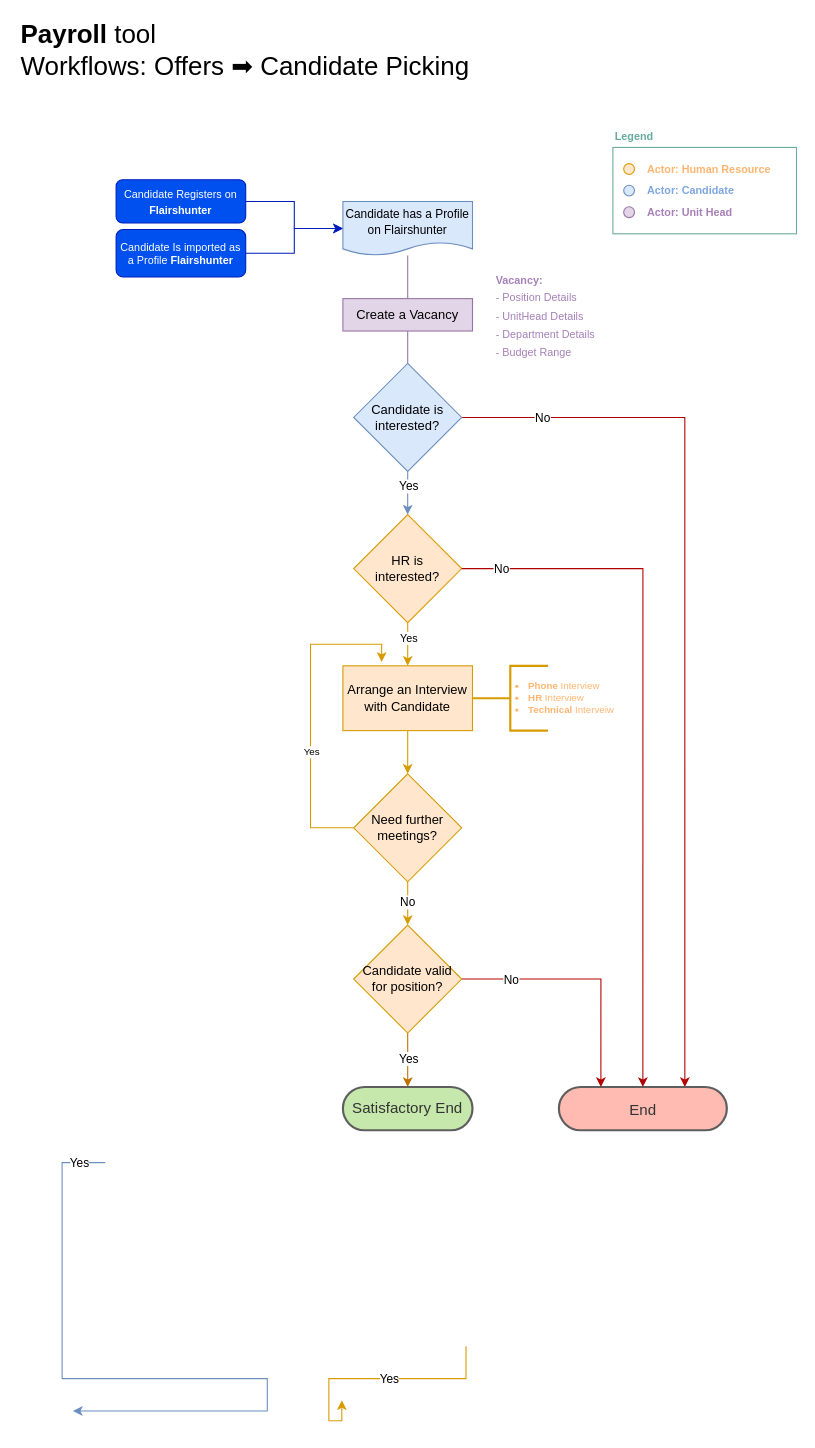
paula-at-flairs/Payroll-Workflows keeps this draw.io diagram as Offers/(1) Candidate Picking Workflow/CandidatePicking .drawio. Above is the earlier version. Source tidied: cells renumbered, new cells numbered last; positions are measured from the earlier drawing's top-left corner, leaving out a move shared by most shapes. Both pictures are drawn from the tidied source at 108%, with x=0, y=0 at pixel (18, 28).
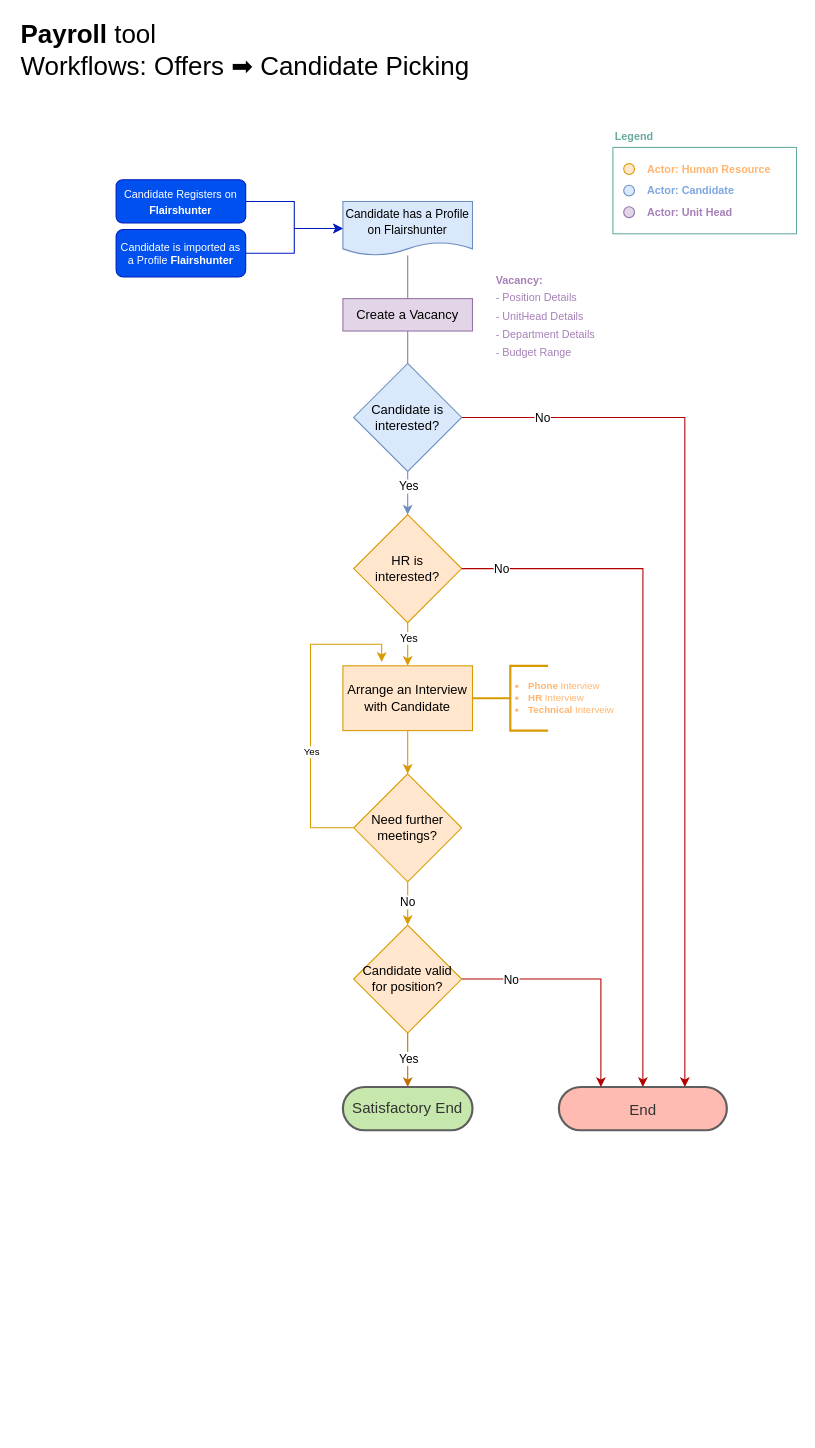
The same diagram, later.

What changed in the source:
```diff
@@
-    <mxCell id="28" style="edgeStyle=orthogonalEdgeStyle;rounded=0;orthogonalLoop=1;jettySize=auto;html=1;endArrow=classic;endFill=1;entryX=0.25;entryY=0;entryDx=0;entryDy=0;fillColor=#dae8fc;strokeColor=#6c8ebf;" parent="1" edge="1">
-      <mxGeometry relative="1" as="geometry">
-        <mxPoint x="80" y="1050" as="sourcePoint" />
-        <mxPoint x="50" y="1280" as="targetPoint" />
-        <Array as="points">
-          <mxPoint x="40" y="1050" />
-          <mxPoint x="40" y="1250" />
-          <mxPoint x="230" y="1250" />
-        </Array>
-      </mxGeometry>
-    </mxCell>
-    <mxCell id="29" value="Yes" style="edgeLabel;html=1;align=center;verticalAlign=middle;" parent="28" vertex="1">
-      <mxGeometry x="-0.93" relative="1" as="geometry">
-        <mxPoint x="-2.5" as="offset" />
-      </mxGeometry>
-    </mxCell>
@@
-    <mxCell id="32" style="edgeStyle=orthogonalEdgeStyle;rounded=0;orthogonalLoop=1;jettySize=auto;html=1;endArrow=classic;endFill=1;entryX=0.721;entryY=-0.023;entryDx=0;entryDy=0;entryPerimeter=0;fillColor=#ffe6cc;strokeColor=#d79b00;" parent="1" edge="1">
-      <mxGeometry relative="1" as="geometry">
-        <mxPoint x="414" y="1220" as="sourcePoint" />
-        <mxPoint x="299" y="1270" as="targetPoint" />
-        <Array as="points">
-          <mxPoint x="414" y="1250" />
-          <mxPoint x="287" y="1250" />
-          <mxPoint x="287" y="1289" />
-        </Array>
-      </mxGeometry>
-    </mxCell>
-    <mxCell id="33" value="Yes" style="edgeLabel;html=1;align=center;verticalAlign=middle;" parent="32" vertex="1">
-      <mxGeometry x="-0.18" relative="1" as="geometry">
-        <mxPoint x="-8.3" as="offset" />
-      </mxGeometry>
-    </mxCell>
@@
-    <mxCell id="39" value="Candidate Is imported as a Profile&amp;nbsp;&lt;b style=&quot;font-size: 10px;&quot;&gt;Flairshunter&lt;/b&gt;" style="rounded=1;whiteSpace=wrap;html=1;fontSize=10;glass=0;strokeWidth=1;shadow=0;strokeColor=#001DBC;fillColor=#0050ef;fontColor=#ffffff;" parent="1" vertex="1">
+    <mxCell id="39" value="Candidate is imported as a Profile&amp;nbsp;&lt;b style=&quot;font-size: 10px&quot;&gt;Flairshunter&lt;/b&gt;" style="rounded=1;whiteSpace=wrap;html=1;fontSize=10;glass=0;strokeWidth=1;shadow=0;strokeColor=#001DBC;fillColor=#0050ef;fontColor=#ffffff;" parent="1" vertex="1">
       <mxGeometry x="90" y="186" width="120" height="44" as="geometry" />
     </mxCell>
```
